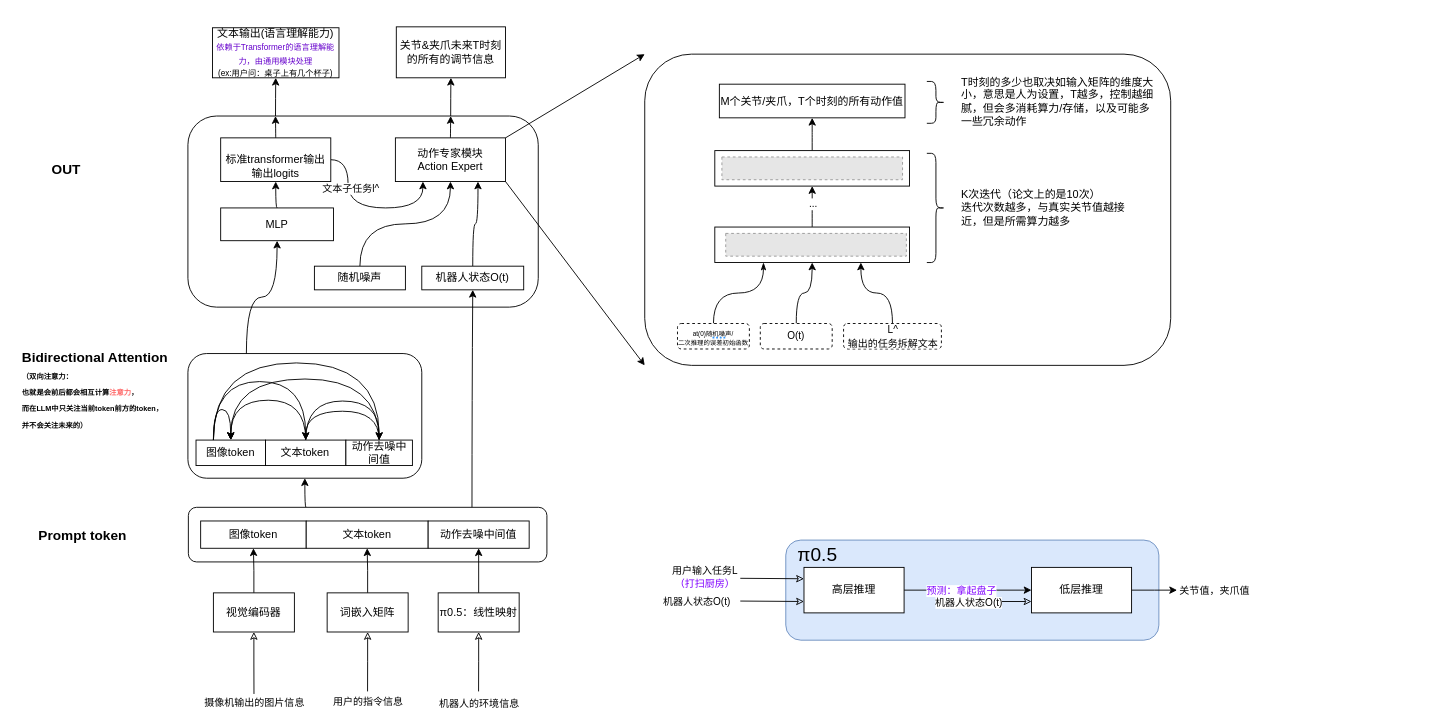
Before: LLM/π0.5-a Vision-Language-Action Model with Open-World Generalization.drawio in mailonghua/drawio, a draw.io diagram. Source tidied: cells renumbered, new cells numbered last; positions are measured from the earlier drawing's top-left corner, leaving out a move shared by most shapes. Both pictures are drawn from the tidied source at 91%, with x=0, y=0 at pixel (15, 26). Pictures stored in the file or linked from it are replaced by grey dashed boxes.
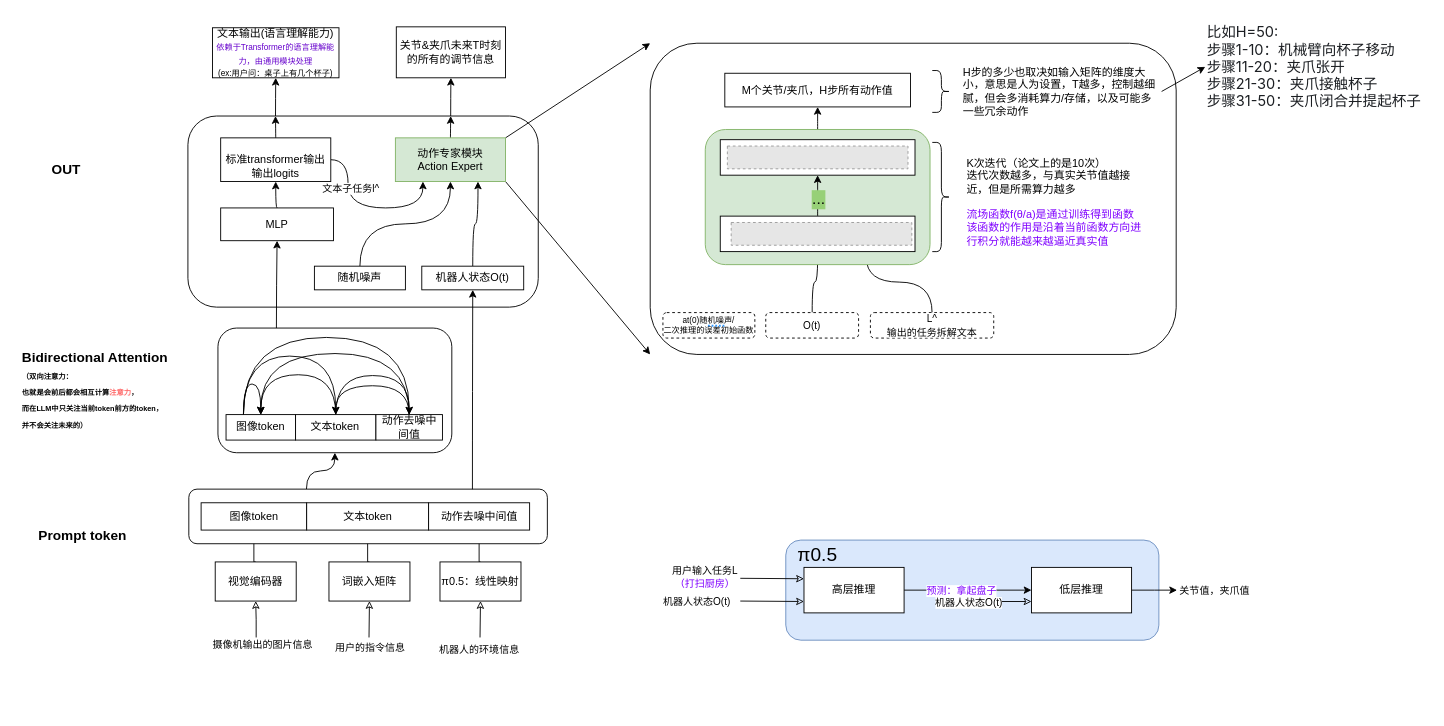
The same diagram, later.

What changed in the source:
```diff
@@
-    <mxCell id="5" style="rounded=1;whiteSpace=wrap;html=1;" parent="1" vertex="1">
-      <mxGeometry x="189.5" y="528" width="394" height="60" as="geometry" />
-    </mxCell>
@@
     <mxCell id="20" style="edgeStyle=orthogonalEdgeStyle;rounded=0;jettySize=auto;html=1;exitX=0.5;exitY=1;exitDx=0;exitDy=0;startArrow=classic;startFill=0;endArrow=none;" parent="1" edge="1" source="23">
       <mxGeometry relative="1" as="geometry">
-        <mxPoint x="261.6" y="733.1" as="targetPoint" />
+        <mxPoint x="264" y="671" as="targetPoint" />
+        <Array as="points">
+          <mxPoint x="263" y="651" />
+          <mxPoint x="263" y="651" />
+          <mxPoint x="263" y="671" />
+        </Array>
       </mxGeometry>
     </mxCell>
     <mxCell id="21" value="摄像机输出的图片信息" style="edgeLabel;html=1;align=center;verticalAlign=middle;" parent="20" vertex="1">
       <mxGeometry x="0.52" relative="1" as="geometry">
-        <mxPoint y="26" as="offset" />
+        <mxPoint x="6" y="18" as="offset" />
       </mxGeometry>
     </mxCell>
@@
     <mxCell id="23" value="视觉编码器" style="rounded=0;whiteSpace=wrap;html=1;" parent="1" vertex="1">
-      <mxGeometry x="217" y="622" width="89" height="43" as="geometry" />
+      <mxGeometry x="219" y="588" width="89" height="43" as="geometry" />
     </mxCell>
     <mxCell id="24" style="edgeStyle=orthogonalEdgeStyle;rounded=0;jettySize=auto;html=1;exitX=0.5;exitY=1;exitDx=0;exitDy=0;startArrow=classic;startFill=0;endArrow=none;" parent="1" edge="1" source="27">
       <mxGeometry relative="1" as="geometry">
-        <mxPoint x="386.4" y="730.3" as="targetPoint" />
+        <mxPoint x="388" y="671" as="targetPoint" />
       </mxGeometry>
     </mxCell>
     <mxCell id="25" value="用户的指令信息" style="edgeLabel;html=1;align=center;verticalAlign=middle;" parent="24" vertex="1">
       <mxGeometry x="0.2" relative="1" as="geometry">
-        <mxPoint y="38" as="offset" />
+        <mxPoint y="27" as="offset" />
       </mxGeometry>
     </mxCell>
@@
     <mxCell id="27" value="词嵌入矩阵" style="rounded=0;whiteSpace=wrap;html=1;" parent="1" vertex="1">
-      <mxGeometry x="342" y="622" width="89" height="43" as="geometry" />
+      <mxGeometry x="344" y="588" width="89" height="43" as="geometry" />
     </mxCell>
     <mxCell id="28" style="edgeStyle=orthogonalEdgeStyle;rounded=0;jettySize=auto;html=1;exitX=0.5;exitY=1;exitDx=0;exitDy=0;startArrow=classic;startFill=0;endArrow=none;" parent="1" edge="1" source="31">
       <mxGeometry relative="1" as="geometry">
-        <mxPoint x="508.4" y="730.3" as="targetPoint" />
+        <mxPoint x="510" y="671" as="targetPoint" />
       </mxGeometry>
     </mxCell>
     <mxCell id="29" value="机器人的环境信息" style="edgeLabel;html=1;align=center;verticalAlign=middle;" parent="28" vertex="1">
       <mxGeometry x="0.01" y="1" relative="1" as="geometry">
-        <mxPoint x="-1" y="46" as="offset" />
+        <mxPoint x="-3" y="33" as="offset" />
       </mxGeometry>
     </mxCell>
@@
     <mxCell id="31" value="π0.5：线性映射" style="rounded=0;whiteSpace=wrap;html=1;" parent="1" vertex="1">
-      <mxGeometry x="464" y="622" width="89" height="43" as="geometry" />
+      <mxGeometry x="466" y="588" width="89" height="43" as="geometry" />
     </mxCell>
-    <mxCell id="32" value="图像token" style="rounded=0;whiteSpace=wrap;html=1;" parent="1" vertex="1">
-      <mxGeometry x="203" y="543" width="116" height="30" as="geometry" />
-    </mxCell>
-    <mxCell id="33" value="文本token" style="rounded=0;whiteSpace=wrap;html=1;" parent="1" vertex="1">
-      <mxGeometry x="319" y="543" width="134" height="30" as="geometry" />
-    </mxCell>
-    <mxCell id="34" value="动作去噪中间值" style="rounded=0;whiteSpace=wrap;html=1;" parent="1" vertex="1">
-      <mxGeometry x="453" y="543" width="111" height="30" as="geometry" />
-    </mxCell>
@@
-    <mxCell id="46" value="动作专家模块&lt;br&gt;Action Expert" style="rounded=0;whiteSpace=wrap;html=1;" parent="1" vertex="1">
+    <mxCell id="46" value="动作专家模块&lt;br&gt;Action Expert" style="rounded=0;whiteSpace=wrap;html=1;fillColor=#d5e8d4;strokeColor=#82b366;" parent="1" vertex="1">
       <mxGeometry x="417" y="122" width="121" height="48" as="geometry" />
     </mxCell>
@@
     <mxCell id="54" style="group;" parent="1" vertex="1">
-      <mxGeometry x="189" y="359" width="257" height="137" as="geometry" />
+      <mxGeometry x="222" y="331" width="257" height="137" as="geometry" />
     </mxCell>
@@
-    <mxCell id="69" style="group;" parent="1" vertex="1">
-      <mxGeometry x="691" y="30" width="578" height="342" as="geometry" />
-    </mxCell>
+    <mxCell id="89" style="group;fontColor=#7F00FF;" parent="1" vertex="1">
+      <mxGeometry x="697" y="18" width="578" height="342" as="geometry" />
+    </mxCell>
+    <mxCell id="90" style="rounded=1;whiteSpace=wrap;html=1;" parent="89" vertex="1">
+      <mxGeometry x="47" y="92" width="120" height="68" as="geometry" />
+    </mxCell>
+    <mxCell id="71" style="edgeStyle=orthogonalEdgeStyle;curved=1;rounded=0;jettySize=auto;html=1;exitX=0.25;exitY=1;exitDx=0;exitDy=0;startArrow=classicThin;startFill=1;endArrow=none;entryX=0.5;entryY=0;entryDx=0;entryDy=0;" parent="89" edge="1" source="75" target="76">
+      <mxGeometry relative="1" as="geometry" />
+    </mxCell>
-    <mxCell id="70" style="rounded=1;whiteSpace=wrap;html=1;" parent="69" vertex="1">
+    <mxCell id="70" style="rounded=1;whiteSpace=wrap;html=1;" parent="89" vertex="1">
       <mxGeometry width="578" height="342" as="geometry" />
     </mxCell>
-    <mxCell id="71" style="edgeStyle=orthogonalEdgeStyle;curved=1;rounded=0;jettySize=auto;html=1;exitX=0.25;exitY=1;exitDx=0;exitDy=0;startArrow=classicThin;startFill=1;endArrow=none;entryX=0.5;entryY=0;entryDx=0;entryDy=0;" parent="69" edge="1" source="75" target="76">
-      <mxGeometry relative="1" as="geometry" />
-    </mxCell>
-    <mxCell id="72" style="edgeStyle=orthogonalEdgeStyle;curved=1;rounded=0;jettySize=auto;html=1;exitX=0.5;exitY=1;exitDx=0;exitDy=0;startArrow=classic;startFill=1;endArrow=none;entryX=0.5;entryY=0;entryDx=0;entryDy=0;" parent="69" edge="1" source="75" target="77">
+    <mxCell id="72" style="edgeStyle=orthogonalEdgeStyle;curved=1;rounded=0;jettySize=auto;html=1;exitX=0.5;exitY=1;exitDx=0;exitDy=0;startArrow=classic;startFill=1;endArrow=none;entryX=0.5;entryY=0;entryDx=0;entryDy=0;" parent="89" edge="1" source="75" target="77">
       <mxGeometry relative="1" as="geometry" />
     </mxCell>
-    <mxCell id="73" style="edgeStyle=orthogonalEdgeStyle;curved=1;rounded=0;jettySize=auto;html=1;exitX=0.5;exitY=0;exitDx=0;exitDy=0;entryX=0.5;entryY=1;entryDx=0;entryDy=0;" parent="69" edge="1" source="75" target="82">
-      <mxGeometry relative="1" as="geometry" />
-    </mxCell>
-    <mxCell id="74" value="..." style="edgeLabel;html=1;align=center;verticalAlign=middle;" parent="73" vertex="1">
-      <mxGeometry x="0.15" y="-1" relative="1" as="geometry">
-        <mxPoint x="-1" as="offset" />
-      </mxGeometry>
-    </mxCell>
-    <mxCell id="75" style="rounded=0;whiteSpace=wrap;html=1;" parent="69" vertex="1">
-      <mxGeometry x="77" y="190" width="214" height="39" as="geometry" />
-    </mxCell>
-    <mxCell id="76" value="&lt;font style=&quot;font-size: 7px; text-wrap-mode: nowrap;&quot;&gt;at(0)&lt;/font&gt;&lt;span style=&quot;font-size: 7px; text-wrap-mode: nowrap; background-color: transparent; color: light-dark(rgb(0, 0, 0), rgb(255, 255, 255));&quot;&gt;随&lt;/span&gt;&lt;span style=&quot;font-size: 7px; text-wrap-mode: nowrap; background-color: transparent; color: light-dark(rgb(0, 0, 0), rgb(255, 255, 255)); cursor: pointer; border-bottom: 2px dotted rgb(51, 153, 255);&quot;&gt;机噪&lt;/span&gt;&lt;span style=&quot;font-size: 7px; text-wrap-mode: nowrap; background-color: transparent; color: light-dark(rgb(0, 0, 0), rgb(255, 255, 255));&quot;&gt;声/&lt;/span&gt;&lt;div&gt;&lt;div style=&quot;font-size: 7px; text-wrap-mode: nowrap;&quot;&gt;二次推理的误差初始函数&lt;/div&gt;&lt;/div&gt;" style="rounded=1;whiteSpace=wrap;html=1;dashed=1;" parent="69" vertex="1">
-      <mxGeometry x="36" y="296" width="79" height="28" as="geometry" />
+    <mxCell id="76" value="&lt;font style=&quot;text-wrap-mode: nowrap;&quot;&gt;at(0)&lt;/font&gt;&lt;span style=&quot;text-wrap-mode: nowrap; background-color: transparent; color: light-dark(rgb(0, 0, 0), rgb(255, 255, 255));&quot;&gt;随&lt;/span&gt;&lt;span style=&quot;text-wrap-mode: nowrap; background-color: transparent; color: light-dark(rgb(0, 0, 0), rgb(255, 255, 255)); cursor: pointer; border-bottom: 2px dotted rgb(51, 153, 255);&quot;&gt;机噪&lt;/span&gt;&lt;span style=&quot;text-wrap-mode: nowrap; background-color: transparent; color: light-dark(rgb(0, 0, 0), rgb(255, 255, 255));&quot;&gt;声/&lt;/span&gt;&lt;div&gt;&lt;div style=&quot;text-wrap-mode: nowrap;&quot;&gt;二次推理的误差初始函数&lt;/div&gt;&lt;/div&gt;" style="rounded=1;whiteSpace=wrap;html=1;dashed=1;fontSize=9;" parent="89" vertex="1">
+      <mxGeometry x="14" y="296" width="101" height="28" as="geometry" />
     </mxCell>
-    <mxCell id="77" value="&lt;span style=&quot;font-size: 11px; text-wrap-mode: nowrap; background-color: rgb(255, 255, 255);&quot;&gt;O(t)&lt;/span&gt;" style="rounded=1;whiteSpace=wrap;html=1;dashed=1;" parent="69" vertex="1">
-      <mxGeometry x="127" y="296" width="79" height="28" as="geometry" />
+    <mxCell id="77" value="&lt;span style=&quot;text-wrap-mode: nowrap; background-color: rgb(255, 255, 255);&quot;&gt;O(t)&lt;/span&gt;" style="rounded=1;whiteSpace=wrap;html=1;dashed=1;fontSize=11;" parent="89" vertex="1">
+      <mxGeometry x="127" y="296" width="102" height="28" as="geometry" />
     </mxCell>
-    <mxCell id="78" style="edgeStyle=orthogonalEdgeStyle;curved=1;rounded=0;jettySize=auto;html=1;exitX=0.5;exitY=0;exitDx=0;exitDy=0;entryX=0.75;entryY=1;entryDx=0;entryDy=0;" parent="69" edge="1" source="79" target="75">
+    <mxCell id="78" style="edgeStyle=orthogonalEdgeStyle;curved=1;rounded=0;jettySize=auto;html=1;exitX=0.5;exitY=0;exitDx=0;exitDy=0;entryX=0.75;entryY=1;entryDx=0;entryDy=0;" parent="89" edge="1" source="79" target="75">
       <mxGeometry relative="1" as="geometry" />
     </mxCell>
-    <mxCell id="79" value="&lt;span style=&quot;font-size: 11px; text-wrap-mode: nowrap; background-color: rgb(255, 255, 255);&quot;&gt;L^&lt;br&gt;输出的任务拆解文本&lt;/span&gt;" style="rounded=1;whiteSpace=wrap;html=1;dashed=1;" parent="69" vertex="1">
-      <mxGeometry x="218.5" y="296" width="107.5" height="28" as="geometry" />
+    <mxCell id="79" value="&lt;span style=&quot;font-size: 11px; text-wrap-mode: nowrap; background-color: rgb(255, 255, 255);&quot;&gt;L^&lt;br&gt;输出的任务拆解文本&lt;/span&gt;" style="rounded=1;whiteSpace=wrap;html=1;dashed=1;" parent="89" vertex="1">
+      <mxGeometry x="242" y="296" width="135.5" height="28" as="geometry" />
     </mxCell>
-    <mxCell id="80" style="fillColor=#E6E6E6;strokeColor=#999999;dashed=1;verticalLabelPosition=bottom;verticalAlign=top;" parent="69" vertex="1">
-      <mxGeometry x="89" y="197" width="198.5" height="25" as="geometry" />
-    </mxCell>
-    <mxCell id="81" style="edgeStyle=orthogonalEdgeStyle;curved=1;rounded=0;jettySize=auto;html=1;" parent="69" edge="1" source="82" target="86">
+    <mxCell id="81" style="edgeStyle=orthogonalEdgeStyle;curved=1;rounded=0;jettySize=auto;html=1;" parent="89" edge="1" source="82" target="86">
       <mxGeometry relative="1" as="geometry" />
     </mxCell>
-    <mxCell id="82" style="rounded=0;whiteSpace=wrap;html=1;" parent="69" vertex="1">
-      <mxGeometry x="77" y="106" width="214" height="39" as="geometry" />
-    </mxCell>
-    <mxCell id="83" style="fillColor=#E6E6E6;strokeColor=#999999;dashed=1;verticalLabelPosition=bottom;verticalAlign=top;" parent="69" vertex="1">
-      <mxGeometry x="84.8" y="113" width="198.5" height="25" as="geometry" />
-    </mxCell>
-    <mxCell id="84" style="shape=curlyBracket;whiteSpace=wrap;html=1;rounded=1;flipH=1;labelPosition=right;verticalLabelPosition=middle;align=left;verticalAlign=middle;" parent="69" vertex="1">
+    <mxCell id="84" style="shape=curlyBracket;whiteSpace=wrap;html=1;rounded=1;flipH=1;labelPosition=right;verticalLabelPosition=middle;align=left;verticalAlign=middle;" parent="89" vertex="1">
       <mxGeometry x="310" y="109" width="20" height="120" as="geometry" />
     </mxCell>
-    <mxCell id="85" value="K次迭代（论文上的是10次）&lt;br&gt;迭代次数越多，与真实关节值越接近，但是所需算力越多" style="text;strokeColor=none;align=left;fillColor=none;html=1;verticalAlign=middle;whiteSpace=wrap;rounded=0;" parent="69" vertex="1">
-      <mxGeometry x="346" y="143" width="185" height="52" as="geometry" />
+    <mxCell id="85" value="K次迭代（论文上的是10次）&lt;br&gt;迭代次数越多，与真实关节值越接近，但是所需算力越多" style="text;strokeColor=none;align=left;fillColor=none;html=1;verticalAlign=middle;whiteSpace=wrap;rounded=0;" parent="89" vertex="1">
+      <mxGeometry x="346" y="120" width="185" height="52" as="geometry" />
     </mxCell>
-    <mxCell id="86" value="M个关节/夹爪，T个时刻的所有动作值" style="whiteSpace=wrap;html=1;rounded=0;" parent="69" vertex="1">
+    <mxCell id="86" value="M个关节/夹爪，H步所有动作值" style="whiteSpace=wrap;html=1;rounded=0;" parent="89" vertex="1">
       <mxGeometry x="82" y="33" width="204" height="37" as="geometry" />
     </mxCell>
-    <mxCell id="87" value="T时刻的多少也取决如输入矩阵的维度大小，意思是人为设置，T越多，控制越细腻，但会多消耗算力/存储，以及可能多一些冗余动作" style="text;strokeColor=none;align=left;fillColor=none;html=1;verticalAlign=middle;whiteSpace=wrap;rounded=0;" parent="69" vertex="1">
-      <mxGeometry x="346" y="25.5" width="220" height="52" as="geometry" />
+    <mxCell id="87" value="H步的多少也取决如输入矩阵的维度大小，意思是人为设置，T越多，控制越细腻，但会多消耗算力/存储，以及可能多一些冗余动作" style="text;strokeColor=none;align=left;fillColor=none;html=1;verticalAlign=middle;whiteSpace=wrap;rounded=0;" parent="89" vertex="1">
+      <mxGeometry x="342" y="27" width="220" height="52" as="geometry" />
     </mxCell>
-    <mxCell id="88" style="shape=curlyBracket;whiteSpace=wrap;html=1;rounded=1;flipH=1;labelPosition=right;verticalLabelPosition=middle;align=left;verticalAlign=middle;" parent="69" vertex="1">
+    <mxCell id="88" style="shape=curlyBracket;whiteSpace=wrap;html=1;rounded=1;flipH=1;labelPosition=right;verticalLabelPosition=middle;align=left;verticalAlign=middle;" parent="89" vertex="1">
       <mxGeometry x="310" y="30" width="20" height="46" as="geometry" />
     </mxCell>
+    <mxCell id="91" style="rounded=1;whiteSpace=wrap;html=1;fillColor=#d5e8d4;strokeColor=#82b366;" parent="89" vertex="1">
+      <mxGeometry x="60.5" y="94.8" width="247" height="148.5" as="geometry" />
+    </mxCell>
+    <mxCell id="73" style="edgeStyle=orthogonalEdgeStyle;curved=1;rounded=0;jettySize=auto;html=1;exitX=0.5;exitY=0;exitDx=0;exitDy=0;entryX=0.5;entryY=1;entryDx=0;entryDy=0;" parent="89" edge="1" source="75" target="82">
+      <mxGeometry relative="1" as="geometry" />
+    </mxCell>
+    <mxCell id="74" value="&lt;font style=&quot;font-size: 17px;&quot;&gt;...&lt;/font&gt;" style="edgeLabel;html=1;align=center;verticalAlign=middle;labelBackgroundColor=#97D077;" parent="73" vertex="1">
+      <mxGeometry x="0.15" y="-1" relative="1" as="geometry">
+        <mxPoint x="-1" y="7" as="offset" />
+      </mxGeometry>
+    </mxCell>
+    <mxCell id="82" style="rounded=0;whiteSpace=wrap;html=1;" parent="89" vertex="1">
+      <mxGeometry x="77" y="106" width="214" height="39" as="geometry" />
+    </mxCell>
+    <mxCell id="83" style="fillColor=#E6E6E6;strokeColor=#999999;dashed=1;verticalLabelPosition=bottom;verticalAlign=top;" parent="89" vertex="1">
+      <mxGeometry x="84.8" y="113" width="198.5" height="25" as="geometry" />
+    </mxCell>
+    <mxCell id="75" style="rounded=0;whiteSpace=wrap;html=1;" parent="89" vertex="1">
+      <mxGeometry x="77" y="190" width="214" height="39" as="geometry" />
+    </mxCell>
+    <mxCell id="80" style="fillColor=#E6E6E6;strokeColor=#999999;dashed=1;verticalLabelPosition=bottom;verticalAlign=top;" parent="89" vertex="1">
+      <mxGeometry x="89" y="197" width="198.5" height="25" as="geometry" />
+    </mxCell>
+    <mxCell id="92" value="流场函数f(θ/a)是通过训练得到函数&lt;br&gt;该函数的作用是沿着当前函数方向进行积分就能越来越逼近真实值" style="text;strokeColor=none;align=left;fillColor=none;html=1;verticalAlign=middle;whiteSpace=wrap;rounded=0;fontColor=#7F00FF;" parent="89" vertex="1">
+      <mxGeometry x="346" y="179" width="204" height="47" as="geometry" />
+    </mxCell>
+    <mxCell id="93" style="group;" parent="1" vertex="1">
+      <mxGeometry x="190" y="508" width="394" height="60" as="geometry" />
+    </mxCell>
+    <mxCell id="5" style="rounded=1;whiteSpace=wrap;html=1;" parent="93" vertex="1">
+      <mxGeometry width="394" height="60" as="geometry" />
+    </mxCell>
+    <mxCell id="32" value="图像token" style="rounded=0;whiteSpace=wrap;html=1;" parent="93" vertex="1">
+      <mxGeometry x="13.5" y="15" width="116" height="30" as="geometry" />
+    </mxCell>
+    <mxCell id="33" value="文本token" style="rounded=0;whiteSpace=wrap;html=1;" parent="93" vertex="1">
+      <mxGeometry x="129.5" y="15" width="134" height="30" as="geometry" />
+    </mxCell>
+    <mxCell id="34" value="动作去噪中间值" style="rounded=0;whiteSpace=wrap;html=1;" parent="93" vertex="1">
+      <mxGeometry x="263.5" y="15" width="111" height="30" as="geometry" />
+    </mxCell>
+    <mxCell id="94" value="&lt;span style=&quot;color: rgb(28, 31, 35); font-family: Inter, -apple-system, BlinkMacSystemFont, &amp;quot;Segoe UI&amp;quot;, &amp;quot;SF Pro SC&amp;quot;, &amp;quot;SF Pro Display&amp;quot;, &amp;quot;SF Pro Icons&amp;quot;, &amp;quot;PingFang SC&amp;quot;, &amp;quot;Hiragino Sans GB&amp;quot;, &amp;quot;Microsoft YaHei&amp;quot;, &amp;quot;Helvetica Neue&amp;quot;, Helvetica, Arial, sans-serif; font-size: medium; white-space: pre; background-color: rgb(255, 255, 255);&quot;&gt;比如H=50:&lt;br/&gt;步骤1-10：机械臂向杯子移动  &lt;br&gt;步骤11-20：夹爪张开  &lt;br&gt;步骤21-30：夹爪接触杯子  &lt;br&gt;步骤31-50：夹爪闭合并提起杯子  &lt;/span&gt;" style="text;html=1;align=left;verticalAlign=middle;whiteSpace=wrap;rounded=0;" parent="1" vertex="1">
+      <mxGeometry x="1307" y="-12" width="237" height="112" as="geometry" />
+    </mxCell>
+    <mxCell id="95" style="rounded=0;jettySize=auto;html=1;exitX=1;exitY=0.5;exitDx=0;exitDy=0;entryX=0;entryY=0.5;entryDx=0;entryDy=0;" parent="1" edge="1" source="87" target="94">
+      <mxGeometry relative="1" as="geometry" />
+    </mxCell>
```
